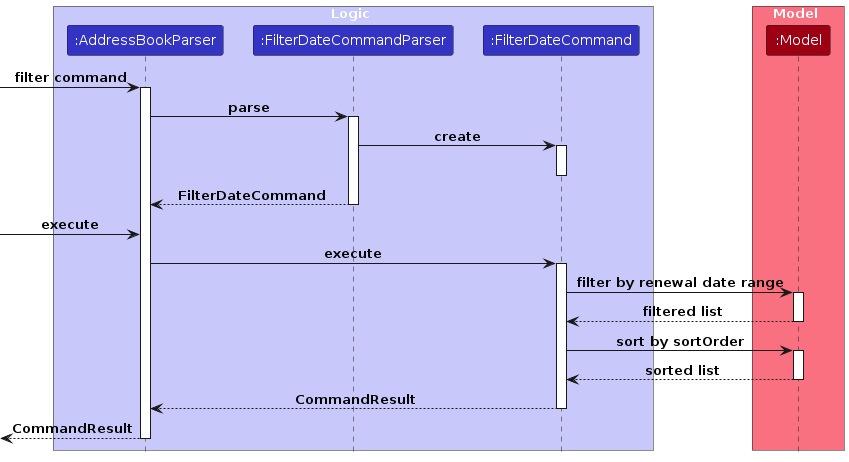
The PlantUML diagram diagrams/FilterDateCommandSequenceDiagram.png in AY2425S2-CS2103-F08-2/tp, before a commit. Its source is kept beside it as diagrams/FilterDateCommandSequenceDiagram.puml.
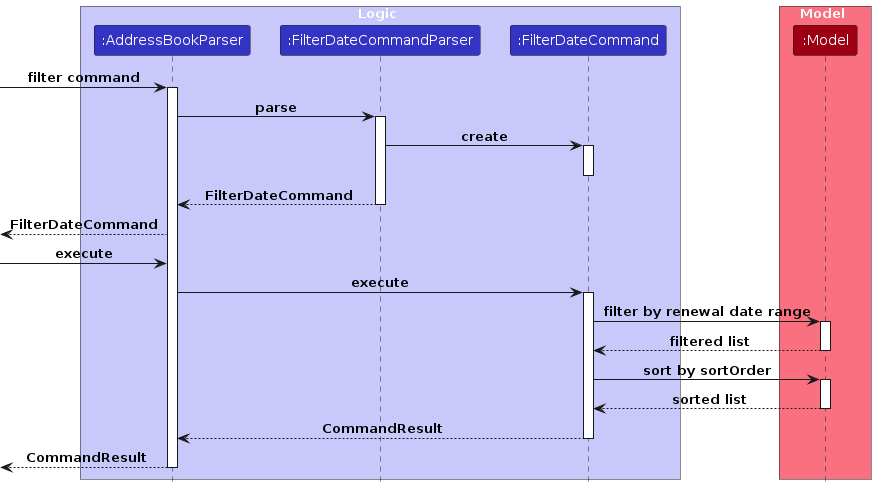
The same file after the commit.

What changed in the source:
```diff
@@ -24,6 +24,8 @@
 FilterDateCommandParser --> AddressBookParser : FilterDateCommand
 deactivate FilterDateCommandParser
 
+[<-- AddressBookParser : FilterDateCommand
+
 [-> AddressBookParser : execute
 AddressBookParser -> FilterDateCommand : execute
 activate FilterDateCommand
```
